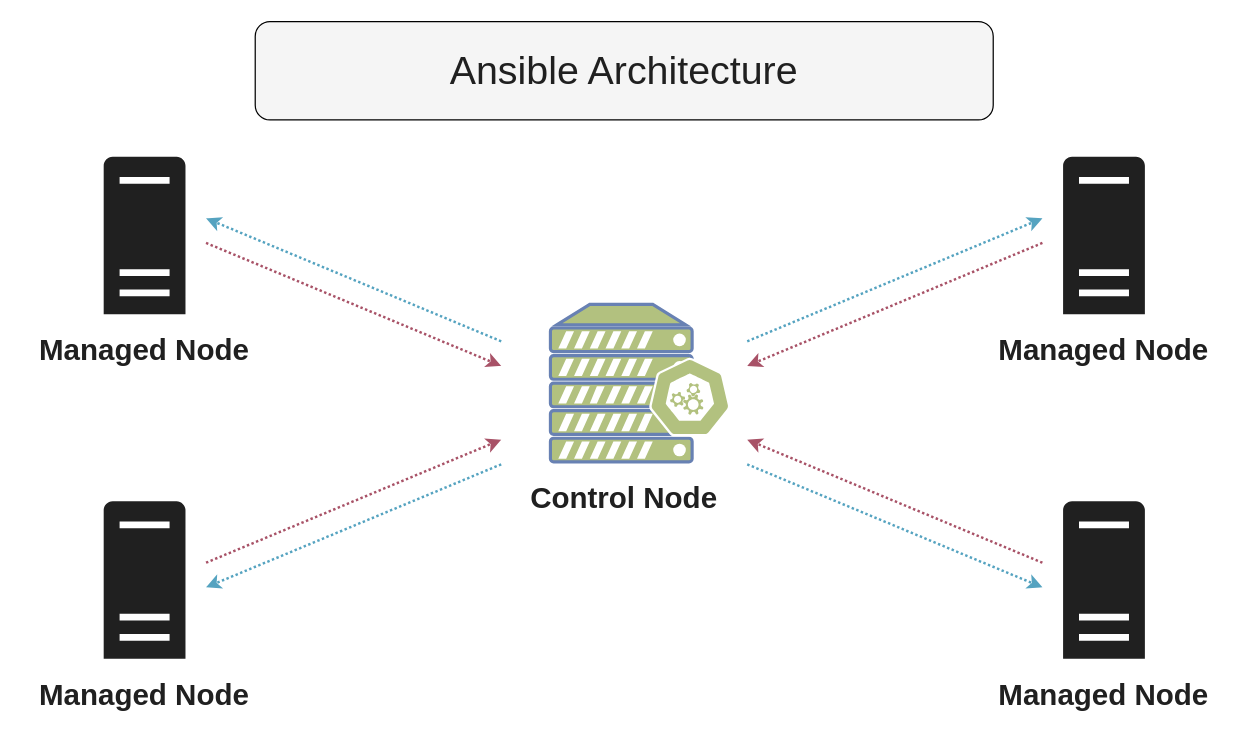
Before: getting-started-with-ansible/configuring-multiple-hosts/assets/ansible-architecture.drawio in hieuvp/learning-automation-tools, a draw.io diagram. Source tidied: cells renumbered, new cells numbered last; positions are measured from the earlier drawing's top-left corner, leaving out a move shared by most shapes. Both pictures are drawn from the tidied source at 123%, with x=0, y=0 at pixel (21, 21).
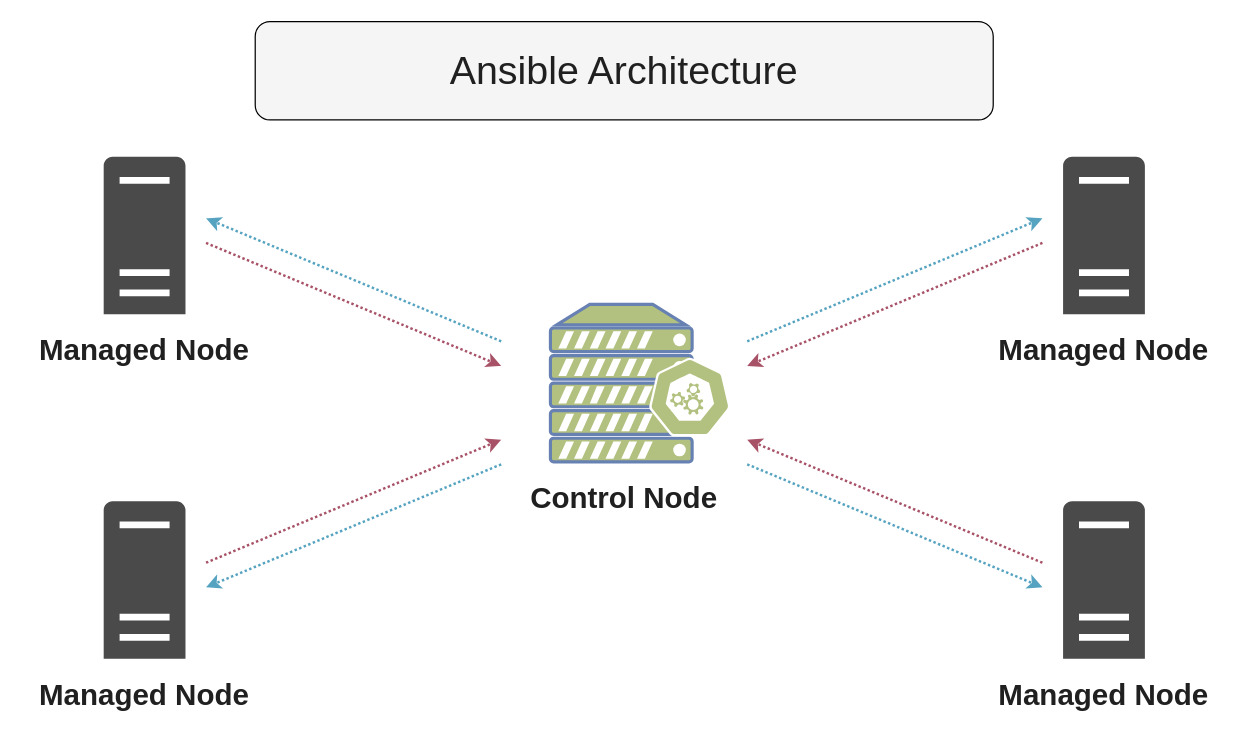
The same diagram, later.

The edit, as a diff of the source:
```diff
@@
-    <mxCell id="15" style="shadow=0;dashed=0;html=1;strokeColor=none;fillColor=#202020;labelPosition=center;verticalLabelPosition=bottom;verticalAlign=top;align=center;shape=mxgraph.office.servers.server_generic;" parent="1" vertex="1">
+    <mxCell id="15" style="shadow=0;dashed=0;html=1;strokeColor=none;fillColor=#4A4A4A;labelPosition=center;verticalLabelPosition=bottom;verticalAlign=top;align=center;shape=mxgraph.office.servers.server_generic;" parent="1" vertex="1">
       <mxGeometry x="66.8" y="390" width="66.5" height="128" as="geometry" />
     </mxCell>
@@
-    <mxCell id="17" style="shadow=0;dashed=0;html=1;strokeColor=none;fillColor=#202020;labelPosition=center;verticalLabelPosition=bottom;verticalAlign=top;align=center;shape=mxgraph.office.servers.server_generic;" parent="1" vertex="1">
+    <mxCell id="17" style="shadow=0;dashed=0;html=1;strokeColor=none;fillColor=#4A4A4A;labelPosition=center;verticalLabelPosition=bottom;verticalAlign=top;align=center;shape=mxgraph.office.servers.server_generic;" parent="1" vertex="1">
       <mxGeometry x="66.8" y="110" width="66.5" height="128" as="geometry" />
     </mxCell>
@@
-    <mxCell id="19" style="shadow=0;dashed=0;html=1;strokeColor=none;fillColor=#202020;labelPosition=center;verticalLabelPosition=bottom;verticalAlign=top;align=center;shape=mxgraph.office.servers.server_generic;" parent="1" vertex="1">
+    <mxCell id="19" style="shadow=0;dashed=0;html=1;strokeColor=none;fillColor=#4A4A4A;labelPosition=center;verticalLabelPosition=bottom;verticalAlign=top;align=center;shape=mxgraph.office.servers.server_generic;" parent="1" vertex="1">
       <mxGeometry x="846.8" y="110" width="66.5" height="128" as="geometry" />
     </mxCell>
@@
-    <mxCell id="21" style="shadow=0;dashed=0;html=1;strokeColor=none;fillColor=#202020;labelPosition=center;verticalLabelPosition=bottom;verticalAlign=top;align=center;shape=mxgraph.office.servers.server_generic;" parent="1" vertex="1">
+    <mxCell id="21" style="shadow=0;dashed=0;html=1;strokeColor=none;fillColor=#4A4A4A;labelPosition=center;verticalLabelPosition=bottom;verticalAlign=top;align=center;shape=mxgraph.office.servers.server_generic;" parent="1" vertex="1">
       <mxGeometry x="846.8" y="390" width="66.5" height="128" as="geometry" />
     </mxCell>
```
